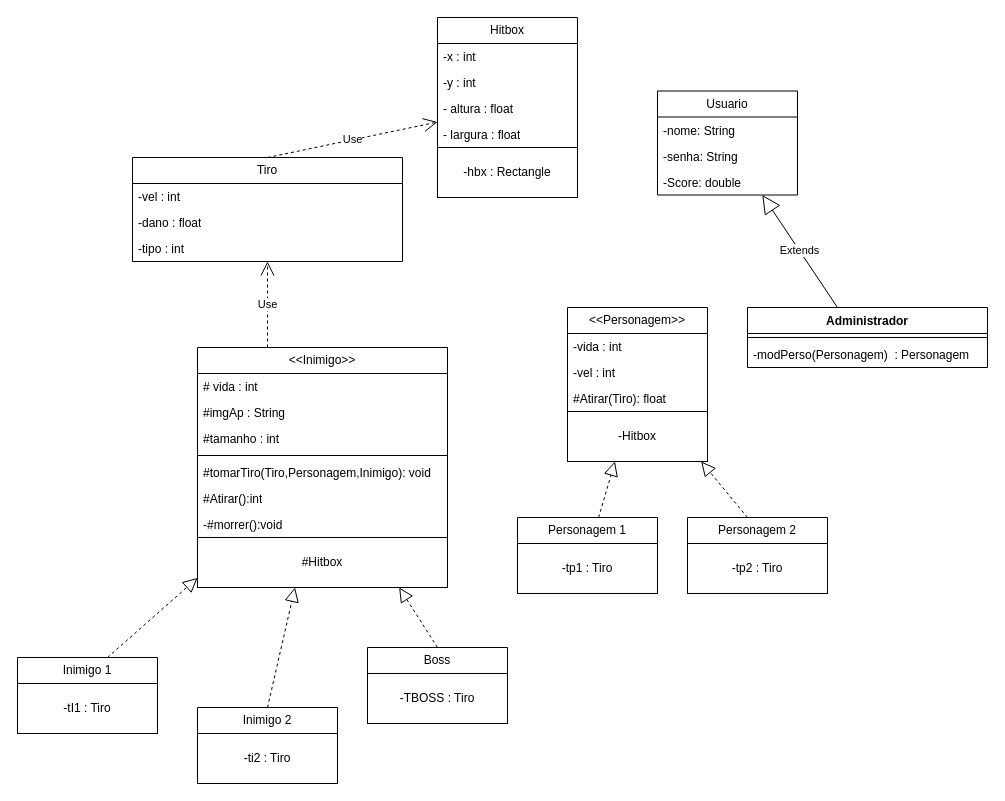
Before: Diagrama/Diagrama.drawio in BrendoAlmeida/SpaceOO, a draw.io diagram. Source tidied: cells renumbered, new cells numbered last; positions are measured from the earlier drawing's top-left corner, leaving out a move shared by most shapes. Both pictures are drawn from the tidied source at 100%, with x=0, y=0 at pixel (17, 17).
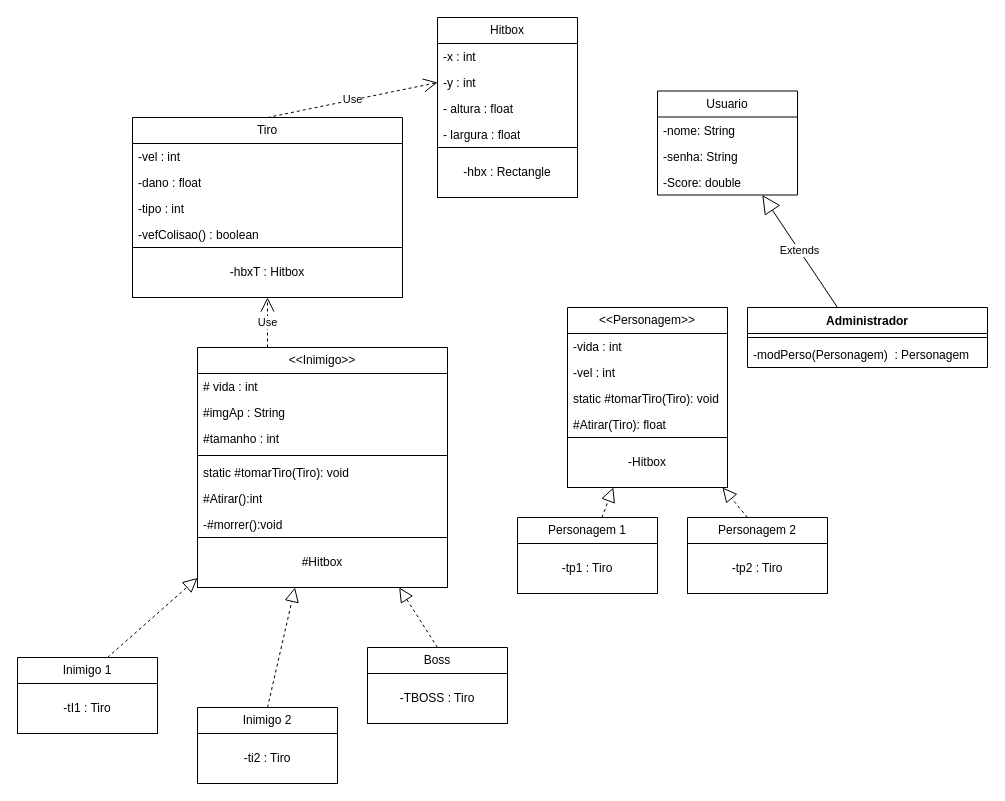
After the change.

The change refers to these unchanged cells:
```xml
<mxCell id="2" value="&lt;div&gt;Hitbox&lt;/div&gt;" style="swimlane;fontStyle=0;horizontal=1;startSize=26;fillColor=none;whiteSpace=wrap;html=1;" parent="1" vertex="1">
  <mxGeometry x="420" width="140" height="180" as="geometry" />
</mxCell>
<mxCell id="4" value="-y : int" style="text;strokeColor=none;fillColor=none;align=left;verticalAlign=top;spacingLeft=4;spacingRight=4;overflow=hidden;points=[[0,0.5],[1,0.5]];portConstraint=eastwest;whiteSpace=wrap;html=1;" parent="2" vertex="1">
  <mxGeometry y="52" width="140" height="26" as="geometry" />
</mxCell>
<mxCell id="8" value="&amp;lt;&amp;lt;Inimigo&amp;gt;&amp;gt;" style="swimlane;fontStyle=0;horizontal=1;startSize=26;fillColor=none;whiteSpace=wrap;html=1;" parent="1" vertex="1">
  <mxGeometry x="180" y="330" width="250" height="240" as="geometry" />
</mxCell>
```

Change to the diagram source:
```diff
@@
-    <mxCell id="14" value="#tomarTiro(Tiro,Personagem,Inimigo): void" style="text;strokeColor=none;fillColor=none;align=left;verticalAlign=top;spacingLeft=4;spacingRight=4;overflow=hidden;whiteSpace=wrap;html=1;" parent="8" vertex="1">
+    <mxCell id="14" value="static #tomarTiro(Tiro): void" style="text;strokeColor=none;fillColor=none;align=left;verticalAlign=top;spacingLeft=4;spacingRight=4;overflow=hidden;whiteSpace=wrap;html=1;" parent="8" vertex="1">
       <mxGeometry y="112" width="250" height="26" as="geometry" />
     </mxCell>
@@
     <mxCell id="26" value="&amp;lt;&amp;lt;Personagem&amp;gt;&amp;gt;" style="swimlane;fontStyle=0;horizontal=1;startSize=26;fillColor=none;whiteSpace=wrap;html=1;" parent="1" vertex="1">
-      <mxGeometry x="550" y="290" width="140" height="154" as="geometry" />
+      <mxGeometry x="550" y="290" width="160" height="180" as="geometry" />
     </mxCell>
     <mxCell id="27" value="-vida : int" style="text;strokeColor=none;fillColor=none;align=left;verticalAlign=top;spacingLeft=4;spacingRight=4;overflow=hidden;whiteSpace=wrap;html=1;" parent="26" vertex="1">
-      <mxGeometry y="26" width="140" height="26" as="geometry" />
+      <mxGeometry y="26" width="160" height="26" as="geometry" />
     </mxCell>
     <mxCell id="28" value="-vel : int" style="text;strokeColor=none;fillColor=none;align=left;verticalAlign=top;spacingLeft=4;spacingRight=4;overflow=hidden;whiteSpace=wrap;html=1;" parent="26" vertex="1">
-      <mxGeometry y="52" width="140" height="26" as="geometry" />
+      <mxGeometry y="52" width="160" height="26" as="geometry" />
     </mxCell>
+    <mxCell id="51" value="static #tomarTiro(Tiro): void" style="text;strokeColor=none;fillColor=none;align=left;verticalAlign=top;spacingLeft=4;spacingRight=4;overflow=hidden;whiteSpace=wrap;html=1;" parent="26" vertex="1">
+      <mxGeometry y="78" width="160" height="26" as="geometry" />
+    </mxCell>
     <mxCell id="29" value="#Atirar(Tiro): float" style="text;strokeColor=none;fillColor=none;align=left;verticalAlign=top;spacingLeft=4;spacingRight=4;overflow=hidden;whiteSpace=wrap;html=1;" parent="26" vertex="1">
-      <mxGeometry y="78" width="140" height="26" as="geometry" />
+      <mxGeometry y="104" width="160" height="26" as="geometry" />
     </mxCell>
     <mxCell id="30" value="-Hitbox" style="html=1;whiteSpace=wrap;" parent="26" vertex="1">
-      <mxGeometry y="104" width="140" height="50" as="geometry" />
+      <mxGeometry y="130" width="160" height="50" as="geometry" />
     </mxCell>
@@
     <mxCell id="45" value="Tiro" style="swimlane;fontStyle=0;horizontal=1;startSize=26;fillColor=none;whiteSpace=wrap;html=1;" parent="1" vertex="1">
-      <mxGeometry x="115" y="140" width="270" height="104" as="geometry" />
+      <mxGeometry x="115" y="100" width="270" height="180" as="geometry" />
     </mxCell>
-    <mxCell id="46" value="Use" style="endArrow=open;endSize=12;dashed=1;html=1;rounded=0;" parent="45" edge="1" target="2">
+    <mxCell id="46" value="Use" style="endArrow=open;endSize=12;dashed=1;html=1;rounded=0;entryX=0;entryY=0.5;entryDx=0;entryDy=0;" parent="45" edge="1" target="4">
       <mxGeometry relative="1" as="geometry">
         <mxPoint x="135" as="sourcePoint" />
       </mxGeometry>
     </mxCell>
@@
+    <mxCell id="52" value="-vefColisao() : boolean" style="text;strokeColor=none;fillColor=none;align=left;verticalAlign=top;spacingLeft=4;spacingRight=4;overflow=hidden;whiteSpace=wrap;html=1;" parent="45" vertex="1">
+      <mxGeometry y="104" width="270" height="26" as="geometry" />
+    </mxCell>
+    <mxCell id="53" value="-hbxT : Hitbox" style="html=1;whiteSpace=wrap;" parent="45" vertex="1">
+      <mxGeometry y="130" width="270" height="50" as="geometry" />
+    </mxCell>
```
